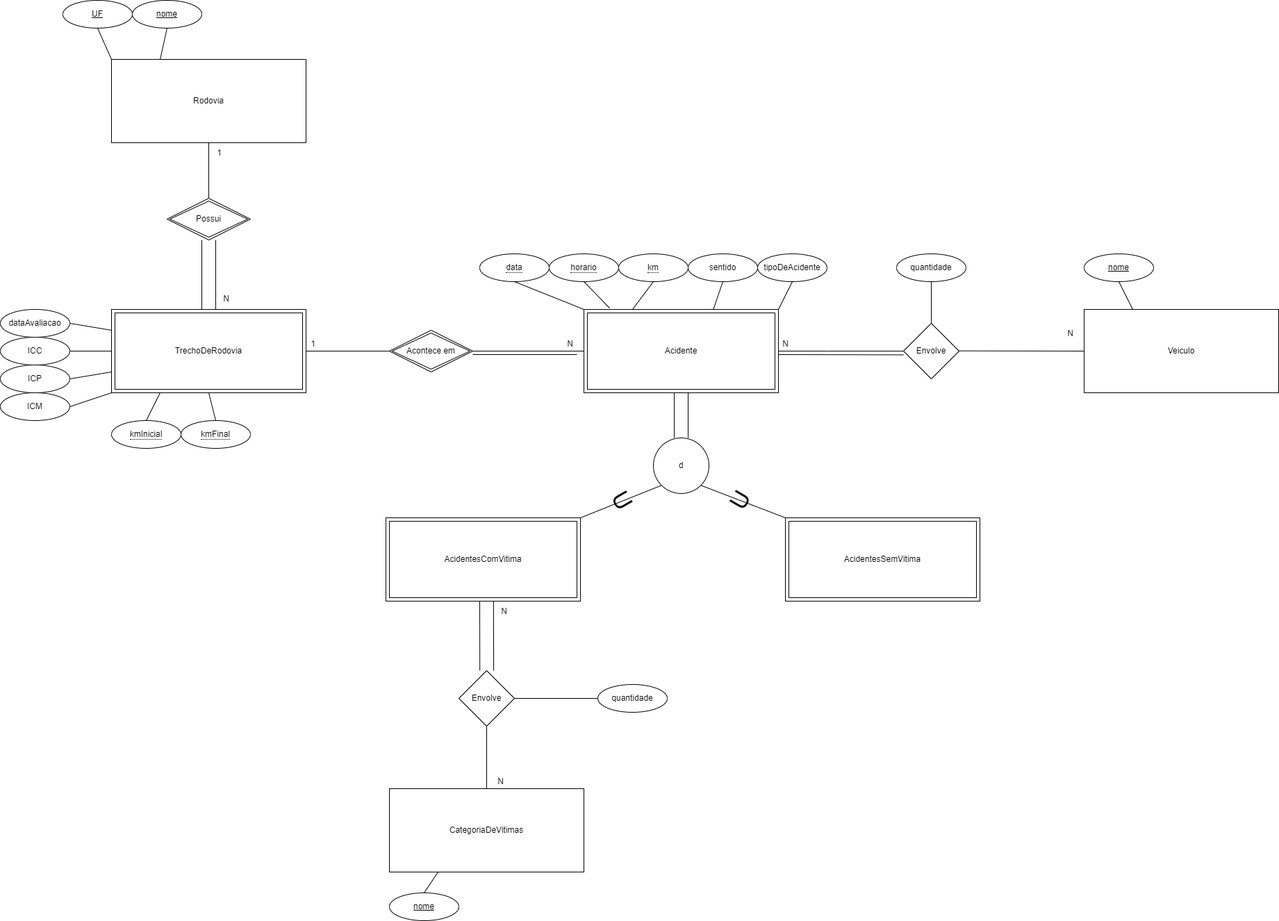
Before: Diagramas/Modelo entidade relacionamento.png, a diagram exported from draw.io (rmshimomura/Road-accidents-analysis). Source tidied: cells renumbered, new cells last; positions are measured from the earlier drawing's top-left corner, leaving out a move shared by most shapes.
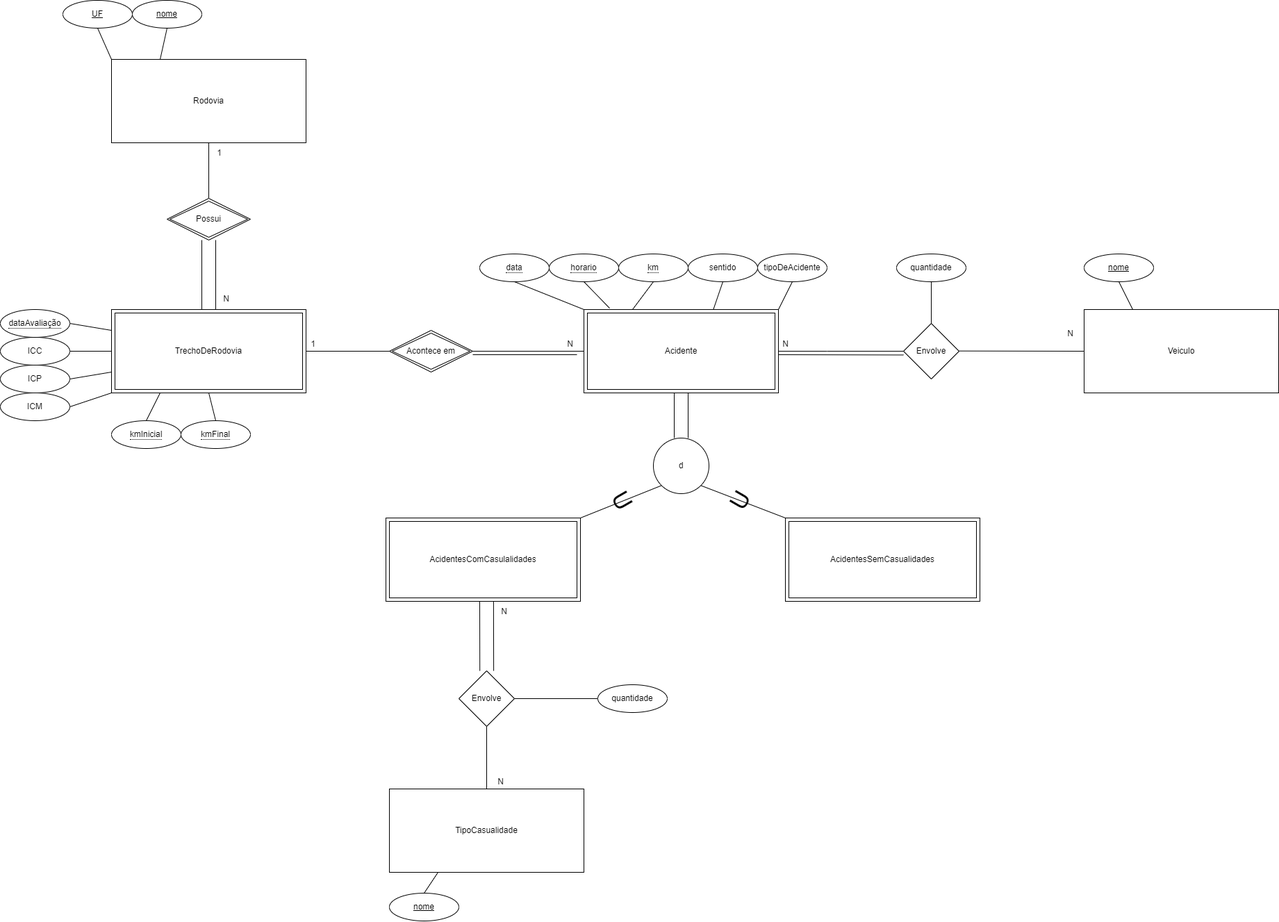
After the commit.

Diff of the diagram source:
```diff
@@ -103,7 +103,7 @@
     <mxCell id="26" value="Envolve" style="rhombus;whiteSpace=wrap;html=1;" parent="1" vertex="1">
       <mxGeometry x="660" y="965" width="80" height="80" as="geometry" />
     </mxCell>
-    <mxCell id="27" value="CategoriaDeVitimas" style="whiteSpace=wrap;html=1;align=center;" parent="1" vertex="1">
+    <mxCell id="27" value="TipoCasualidade" style="whiteSpace=wrap;html=1;align=center;" parent="1" vertex="1">
       <mxGeometry x="560" y="1135" width="280" height="120" as="geometry" />
     </mxCell>
     <mxCell id="28" style="edgeStyle=none;rounded=0;orthogonalLoop=1;jettySize=auto;html=1;endArrow=none;endFill=0;" parent="1" edge="1">
@@ -202,12 +202,9 @@
     <mxCell id="54" value="&lt;span style=&quot;border-bottom: 1px dotted&quot;&gt;kmFinal&lt;/span&gt;" style="ellipse;whiteSpace=wrap;html=1;align=center;" parent="1" vertex="1">
       <mxGeometry x="260" y="605" width="100" height="40" as="geometry" />
     </mxCell>
-    <mxCell id="55" style="edgeStyle=none;rounded=0;jettySize=auto;html=1;exitX=1;exitY=0.5;exitDx=0;exitDy=0;entryX=0;entryY=0.25;entryDx=0;entryDy=0;endArrow=none;endFill=0;" parent="1" edge="1" source="56" target="39">
+    <mxCell id="55" style="edgeStyle=none;rounded=0;jettySize=auto;html=1;exitX=1;exitY=0.5;exitDx=0;exitDy=0;entryX=0;entryY=0.25;entryDx=0;entryDy=0;endArrow=none;endFill=0;" parent="1" edge="1" source="74" target="39">
       <mxGeometry relative="1" as="geometry" />
     </mxCell>
-    <mxCell id="56" value="dataAvaliacao" style="ellipse;whiteSpace=wrap;html=1;align=center;" parent="1" vertex="1">
-      <mxGeometry y="445" width="100" height="40" as="geometry" />
-    </mxCell>
     <mxCell id="57" style="edgeStyle=none;rounded=0;jettySize=auto;html=1;exitX=1;exitY=0.5;exitDx=0;exitDy=0;entryX=0;entryY=0.5;entryDx=0;entryDy=0;endArrow=none;endFill=0;" parent="1" edge="1" source="58" target="39">
       <mxGeometry relative="1" as="geometry" />
     </mxCell>
@@ -244,10 +241,10 @@
     <mxCell id="68" value="&lt;span style=&quot;border-bottom: 1px dotted&quot;&gt;km&lt;/span&gt;" style="ellipse;whiteSpace=wrap;html=1;align=center;" parent="1" vertex="1">
       <mxGeometry x="890" y="365" width="100" height="40" as="geometry" />
     </mxCell>
-    <mxCell id="69" value="AcidentesSemVitima" style="shape=ext;margin=3;double=1;whiteSpace=wrap;html=1;align=center;" parent="1" vertex="1">
+    <mxCell id="69" value="AcidentesSemCasualidades" style="shape=ext;margin=3;double=1;whiteSpace=wrap;html=1;align=center;" parent="1" vertex="1">
       <mxGeometry x="1130" y="745" width="280" height="120" as="geometry" />
     </mxCell>
-    <mxCell id="70" value="AcidentesComVitima" style="shape=ext;margin=3;double=1;whiteSpace=wrap;html=1;align=center;" parent="1" vertex="1">
+    <mxCell id="70" value="AcidentesComCasulalidades" style="shape=ext;margin=3;double=1;whiteSpace=wrap;html=1;align=center;" parent="1" vertex="1">
       <mxGeometry x="555" y="745" width="280" height="120" as="geometry" />
     </mxCell>
     <mxCell id="71" value="U" style="text;html=1;align=center;verticalAlign=middle;strokeColor=none;fillColor=none;rotation=-60;fontSize=34;" parent="1" vertex="1">
@@ -259,5 +256,8 @@
     <mxCell id="73" value="tipoDeAcidente" style="ellipse;whiteSpace=wrap;html=1;align=center;" parent="1" vertex="1">
       <mxGeometry x="1090" y="365" width="100" height="40" as="geometry" />
     </mxCell>
+    <mxCell id="74" value="&lt;span style=&quot;border-bottom: 1px dotted&quot;&gt;dataAvaliação&lt;/span&gt;" style="ellipse;whiteSpace=wrap;html=1;align=center;" parent="1" vertex="1">
+      <mxGeometry y="445" width="100" height="40" as="geometry" />
+    </mxCell>
   </root>
 </mxGraphModel>
```
